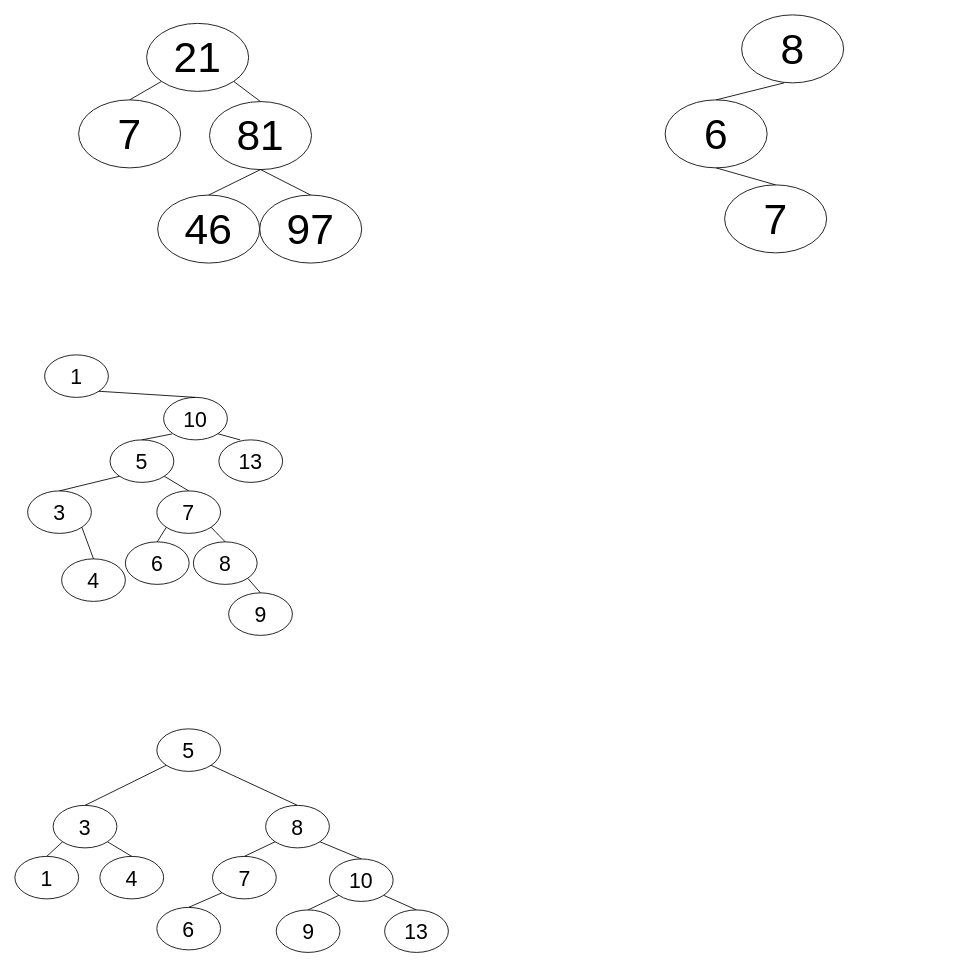
Above: AVL Trees.drawio in EverettRichards/CS210_assignment1 (draw.io), before the change. Source tidied: cells renumbered, new cells numbered last; positions are measured from the earlier drawing's top-left corner, leaving out a move shared by most shapes. Both pictures are drawn from the tidied source at 85%, with x=0, y=0 at pixel (14, 14).
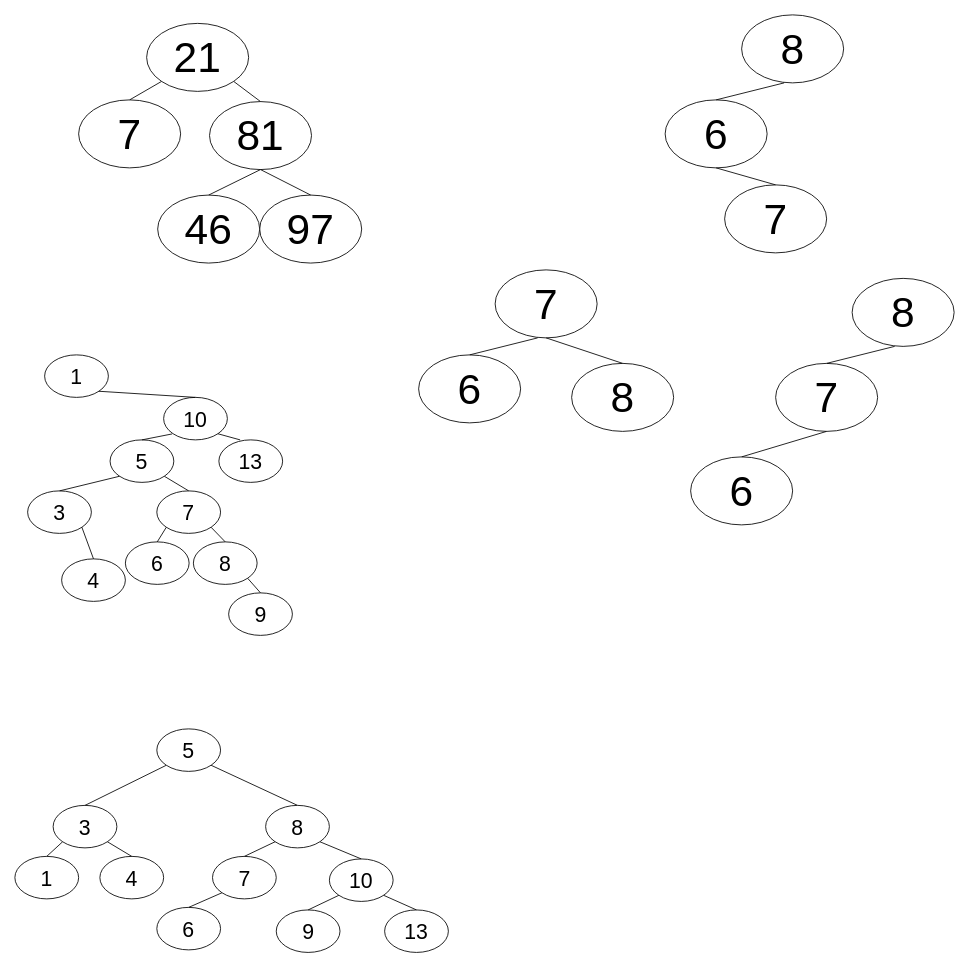
The same page after the edit.

Change to the diagram source:
```diff
@@
+    <mxCell id="54" value="&lt;font style=&quot;font-size: 50px;&quot;&gt;6&lt;/font&gt;" style="ellipse;whiteSpace=wrap;html=1;" parent="1" vertex="1">
+      <mxGeometry x="795" y="520" width="120" height="80" as="geometry" />
+    </mxCell>
+    <mxCell id="55" value="&lt;font style=&quot;font-size: 50px;&quot;&gt;7&lt;/font&gt;" style="ellipse;whiteSpace=wrap;html=1;" parent="1" vertex="1">
+      <mxGeometry x="895" y="410" width="120" height="80" as="geometry" />
+    </mxCell>
+    <mxCell id="56" value="&lt;font style=&quot;font-size: 50px;&quot;&gt;8&lt;/font&gt;" style="ellipse;whiteSpace=wrap;html=1;" parent="1" vertex="1">
+      <mxGeometry x="985" y="310" width="120" height="80" as="geometry" />
+    </mxCell>
+    <mxCell id="57" style="endArrow=none;html=1;rounded=0;exitX=0.5;exitY=0;exitDx=0;exitDy=0;" parent="1" edge="1" source="55">
+      <mxGeometry relative="1" as="geometry">
+        <mxPoint x="1035" y="390" as="targetPoint" />
+      </mxGeometry>
+    </mxCell>
+    <mxCell id="58" style="endArrow=none;html=1;rounded=0;entryX=0.5;entryY=1;entryDx=0;entryDy=0;exitX=0.5;exitY=0;exitDx=0;exitDy=0;" parent="1" edge="1" source="54" target="55">
+      <mxGeometry relative="1" as="geometry" />
+    </mxCell>
+    <mxCell id="59" value="&lt;font style=&quot;font-size: 50px;&quot;&gt;8&lt;/font&gt;" style="ellipse;whiteSpace=wrap;html=1;" parent="1" vertex="1">
+      <mxGeometry x="655" y="410" width="120" height="80" as="geometry" />
+    </mxCell>
+    <mxCell id="60" value="&lt;font style=&quot;font-size: 50px;&quot;&gt;6&lt;/font&gt;" style="ellipse;whiteSpace=wrap;html=1;" parent="1" vertex="1">
+      <mxGeometry x="475" y="400" width="120" height="80" as="geometry" />
+    </mxCell>
+    <mxCell id="61" value="&lt;font style=&quot;font-size: 50px;&quot;&gt;7&lt;/font&gt;" style="ellipse;whiteSpace=wrap;html=1;" parent="1" vertex="1">
+      <mxGeometry x="565" y="300" width="120" height="80" as="geometry" />
+    </mxCell>
+    <mxCell id="62" style="endArrow=none;html=1;rounded=0;exitX=0.5;exitY=0;exitDx=0;exitDy=0;" parent="1" edge="1" source="60">
+      <mxGeometry relative="1" as="geometry">
+        <mxPoint x="615" y="380" as="targetPoint" />
+      </mxGeometry>
+    </mxCell>
+    <mxCell id="63" style="endArrow=none;html=1;rounded=0;entryX=0.5;entryY=1;entryDx=0;entryDy=0;exitX=0.5;exitY=0;exitDx=0;exitDy=0;" parent="1" edge="1" source="59" target="61">
+      <mxGeometry relative="1" as="geometry" />
+    </mxCell>
```
